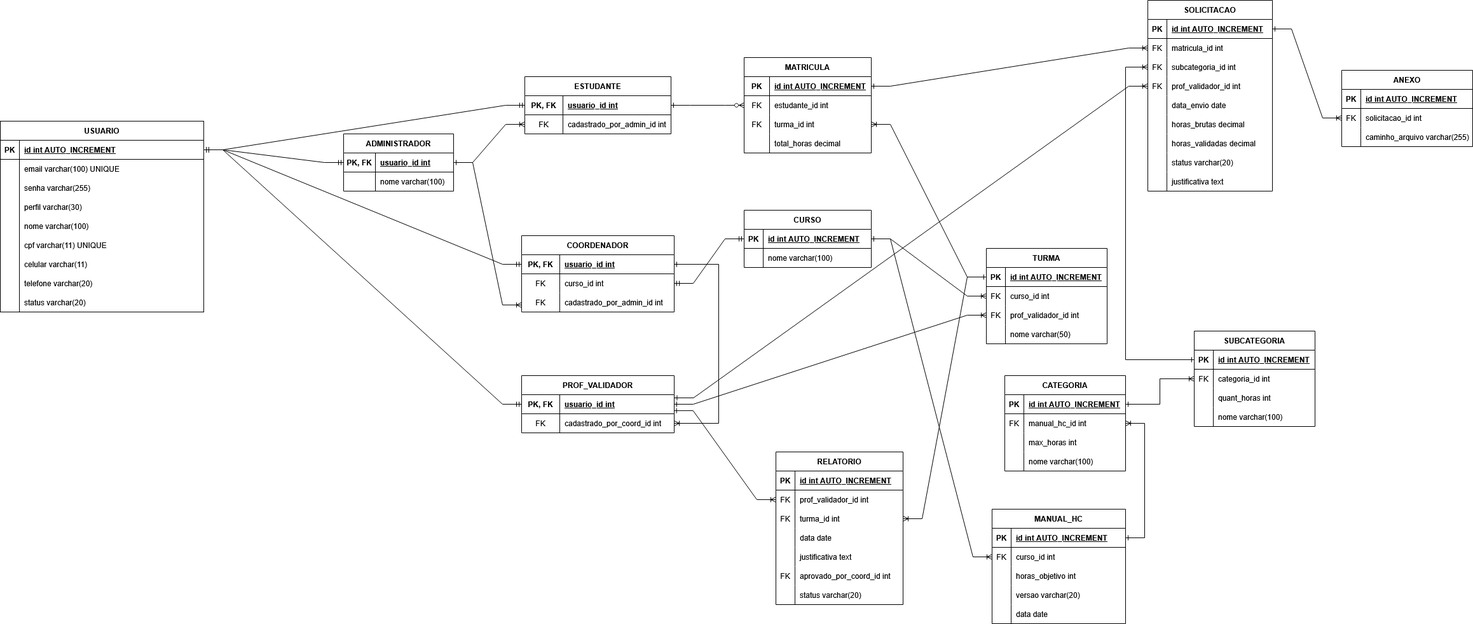
This is artefatos/Arquitetura de Banco de Dados/AshLogico.drawio.png from chaoticdevs-pucpr/AcademicSupplementaryHours.project, a draw.io export, as it was before one commit. Source tidied: cells renumbered, new cells last; positions are measured from the earlier drawing's top-left corner, leaving out a move shared by most shapes.
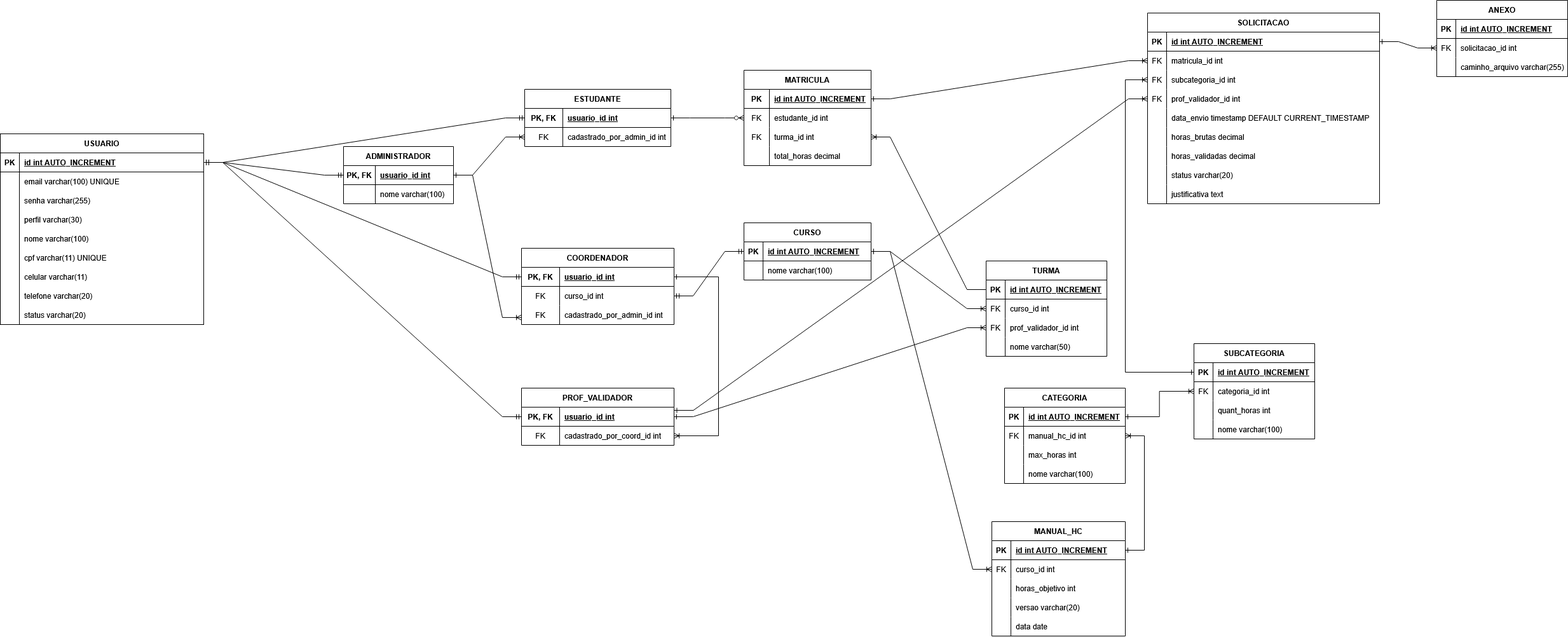
The same file after the commit.

What changed in the source:
```diff
@@ -384,91 +384,91 @@
       <mxGeometry x="30" width="160" height="30" as="geometry" />
     </mxCell>
     <mxCell id="129" value="SOLICITACAO" style="shape=table;startSize=30;rowLines=0;fontStyle=1;align=center;" parent="1" vertex="1">
-      <mxGeometry x="1805" width="196" height="300" as="geometry" />
+      <mxGeometry x="1805" width="365" height="300" as="geometry" />
     </mxCell>
     <mxCell id="130" style="shape=tableRow;horizontal=0;startSize=0;swimlaneHead=0;swimlaneBody=0;fillColor=none;points=[[0,0.5],[1,0.5]];portConstraint=eastwest;strokeColor=inherit;top=0;left=0;right=0;bottom=1;" parent="129" vertex="1">
-      <mxGeometry y="30" width="196" height="30" as="geometry" />
+      <mxGeometry y="30" width="365" height="30" as="geometry" />
     </mxCell>
     <mxCell id="131" value="PK" style="shape=partialRectangle;overflow=hidden;fillColor=none;strokeColor=inherit;top=0;left=0;bottom=0;right=0;fontStyle=1;" parent="130" vertex="1">
       <mxGeometry width="30" height="30" as="geometry" />
     </mxCell>
     <mxCell id="132" value="id int  AUTO_INCREMENT" style="shape=partialRectangle;overflow=hidden;fillColor=none;align=left;strokeColor=inherit;top=0;left=0;bottom=0;right=0;spacingLeft=6;fontStyle=5;" parent="130" vertex="1">
-      <mxGeometry x="30" width="166" height="30" as="geometry" />
+      <mxGeometry x="30" width="335" height="30" as="geometry" />
     </mxCell>
     <mxCell id="133" style="shape=tableRow;horizontal=0;startSize=0;swimlaneHead=0;swimlaneBody=0;fillColor=none;points=[[0,0.5],[1,0.5]];portConstraint=eastwest;strokeColor=inherit;top=0;left=0;right=0;bottom=0;" parent="129" vertex="1">
-      <mxGeometry y="60" width="196" height="30" as="geometry" />
+      <mxGeometry y="60" width="365" height="30" as="geometry" />
     </mxCell>
     <mxCell id="134" value="FK" style="shape=partialRectangle;overflow=hidden;fillColor=none;strokeColor=inherit;top=0;left=0;bottom=0;right=0;" parent="133" vertex="1">
       <mxGeometry width="30" height="30" as="geometry" />
     </mxCell>
     <mxCell id="135" value="matricula_id int" style="shape=partialRectangle;overflow=hidden;fillColor=none;align=left;strokeColor=inherit;top=0;left=0;bottom=0;right=0;spacingLeft=6;" parent="133" vertex="1">
-      <mxGeometry x="30" width="166" height="30" as="geometry" />
+      <mxGeometry x="30" width="335" height="30" as="geometry" />
     </mxCell>
     <mxCell id="136" style="shape=tableRow;horizontal=0;startSize=0;swimlaneHead=0;swimlaneBody=0;fillColor=none;points=[[0,0.5],[1,0.5]];portConstraint=eastwest;strokeColor=inherit;top=0;left=0;right=0;bottom=0;" parent="129" vertex="1">
-      <mxGeometry y="90" width="196" height="30" as="geometry" />
+      <mxGeometry y="90" width="365" height="30" as="geometry" />
     </mxCell>
     <mxCell id="137" value="FK" style="shape=partialRectangle;overflow=hidden;fillColor=none;strokeColor=inherit;top=0;left=0;bottom=0;right=0;" parent="136" vertex="1">
       <mxGeometry width="30" height="30" as="geometry" />
     </mxCell>
     <mxCell id="138" value="subcategoria_id int" style="shape=partialRectangle;overflow=hidden;fillColor=none;align=left;strokeColor=inherit;top=0;left=0;bottom=0;right=0;spacingLeft=6;" parent="136" vertex="1">
-      <mxGeometry x="30" width="166" height="30" as="geometry" />
+      <mxGeometry x="30" width="335" height="30" as="geometry" />
     </mxCell>
     <mxCell id="139" style="shape=tableRow;horizontal=0;startSize=0;swimlaneHead=0;swimlaneBody=0;fillColor=none;points=[[0,0.5],[1,0.5]];portConstraint=eastwest;strokeColor=inherit;top=0;left=0;right=0;bottom=0;" parent="129" vertex="1">
-      <mxGeometry y="120" width="196" height="30" as="geometry" />
+      <mxGeometry y="120" width="365" height="30" as="geometry" />
     </mxCell>
     <mxCell id="140" value="FK" style="shape=partialRectangle;overflow=hidden;fillColor=none;strokeColor=inherit;top=0;left=0;bottom=0;right=0;" parent="139" vertex="1">
       <mxGeometry width="30" height="30" as="geometry" />
     </mxCell>
     <mxCell id="141" value="prof_validador_id int" style="shape=partialRectangle;overflow=hidden;fillColor=none;align=left;strokeColor=inherit;top=0;left=0;bottom=0;right=0;spacingLeft=6;" parent="139" vertex="1">
-      <mxGeometry x="30" width="166" height="30" as="geometry" />
+      <mxGeometry x="30" width="335" height="30" as="geometry" />
     </mxCell>
     <mxCell id="142" style="shape=tableRow;horizontal=0;startSize=0;swimlaneHead=0;swimlaneBody=0;fillColor=none;strokeColor=inherit;top=0;left=0;right=0;bottom=0;" parent="129" vertex="1">
-      <mxGeometry y="150" width="196" height="30" as="geometry" />
+      <mxGeometry y="150" width="365" height="30" as="geometry" />
     </mxCell>
     <mxCell id="143" style="shape=partialRectangle;overflow=hidden;fillColor=none;strokeColor=inherit;top=0;left=0;bottom=0;right=0;" parent="142" vertex="1">
       <mxGeometry width="30" height="30" as="geometry" />
     </mxCell>
-    <mxCell id="144" value="data_envio date" style="shape=partialRectangle;overflow=hidden;fillColor=none;align=left;strokeColor=inherit;top=0;left=0;bottom=0;right=0;spacingLeft=6;" parent="142" vertex="1">
-      <mxGeometry x="30" width="166" height="30" as="geometry" />
+    <mxCell id="144" value="data_envio timestamp DEFAULT CURRENT_TIMESTAMP" style="shape=partialRectangle;overflow=hidden;fillColor=none;align=left;strokeColor=inherit;top=0;left=0;bottom=0;right=0;spacingLeft=6;" parent="142" vertex="1">
+      <mxGeometry x="30" width="335" height="30" as="geometry" />
     </mxCell>
     <mxCell id="145" style="shape=tableRow;horizontal=0;startSize=0;swimlaneHead=0;swimlaneBody=0;fillColor=none;strokeColor=inherit;top=0;left=0;right=0;bottom=0;" parent="129" vertex="1">
-      <mxGeometry y="180" width="196" height="30" as="geometry" />
+      <mxGeometry y="180" width="365" height="30" as="geometry" />
     </mxCell>
     <mxCell id="146" style="shape=partialRectangle;overflow=hidden;fillColor=none;strokeColor=inherit;top=0;left=0;bottom=0;right=0;" parent="145" vertex="1">
       <mxGeometry width="30" height="30" as="geometry" />
     </mxCell>
     <mxCell id="147" value="horas_brutas decimal" style="shape=partialRectangle;overflow=hidden;fillColor=none;align=left;strokeColor=inherit;top=0;left=0;bottom=0;right=0;spacingLeft=6;" parent="145" vertex="1">
-      <mxGeometry x="30" width="166" height="30" as="geometry" />
+      <mxGeometry x="30" width="335" height="30" as="geometry" />
     </mxCell>
     <mxCell id="148" style="shape=tableRow;horizontal=0;startSize=0;swimlaneHead=0;swimlaneBody=0;fillColor=none;strokeColor=inherit;top=0;left=0;right=0;bottom=0;" parent="129" vertex="1">
-      <mxGeometry y="210" width="196" height="30" as="geometry" />
+      <mxGeometry y="210" width="365" height="30" as="geometry" />
     </mxCell>
     <mxCell id="149" style="shape=partialRectangle;overflow=hidden;fillColor=none;strokeColor=inherit;top=0;left=0;bottom=0;right=0;" parent="148" vertex="1">
       <mxGeometry width="30" height="30" as="geometry" />
     </mxCell>
     <mxCell id="150" value="horas_validadas decimal" style="shape=partialRectangle;overflow=hidden;fillColor=none;align=left;strokeColor=inherit;top=0;left=0;bottom=0;right=0;spacingLeft=6;" parent="148" vertex="1">
-      <mxGeometry x="30" width="166" height="30" as="geometry" />
+      <mxGeometry x="30" width="335" height="30" as="geometry" />
     </mxCell>
     <mxCell id="151" style="shape=tableRow;horizontal=0;startSize=0;swimlaneHead=0;swimlaneBody=0;fillColor=none;strokeColor=inherit;top=0;left=0;right=0;bottom=0;" parent="129" vertex="1">
-      <mxGeometry y="240" width="196" height="30" as="geometry" />
+      <mxGeometry y="240" width="365" height="30" as="geometry" />
     </mxCell>
     <mxCell id="152" style="shape=partialRectangle;overflow=hidden;fillColor=none;strokeColor=inherit;top=0;left=0;bottom=0;right=0;" parent="151" vertex="1">
       <mxGeometry width="30" height="30" as="geometry" />
     </mxCell>
     <mxCell id="153" value="status varchar(20)" style="shape=partialRectangle;overflow=hidden;fillColor=none;align=left;strokeColor=inherit;top=0;left=0;bottom=0;right=0;spacingLeft=6;" parent="151" vertex="1">
-      <mxGeometry x="30" width="166" height="30" as="geometry" />
+      <mxGeometry x="30" width="335" height="30" as="geometry" />
     </mxCell>
     <mxCell id="154" style="shape=tableRow;horizontal=0;startSize=0;swimlaneHead=0;swimlaneBody=0;fillColor=none;strokeColor=inherit;top=0;left=0;right=0;bottom=0;" parent="129" vertex="1">
-      <mxGeometry y="270" width="196" height="30" as="geometry" />
+      <mxGeometry y="270" width="365" height="30" as="geometry" />
     </mxCell>
     <mxCell id="155" style="shape=partialRectangle;overflow=hidden;fillColor=none;strokeColor=inherit;top=0;left=0;bottom=0;right=0;" parent="154" vertex="1">
       <mxGeometry width="30" height="30" as="geometry" />
     </mxCell>
     <mxCell id="156" value="justificativa text" style="shape=partialRectangle;overflow=hidden;fillColor=none;align=left;strokeColor=inherit;top=0;left=0;bottom=0;right=0;spacingLeft=6;" parent="154" vertex="1">
-      <mxGeometry x="30" width="166" height="30" as="geometry" />
+      <mxGeometry x="30" width="335" height="30" as="geometry" />
     </mxCell>
     <mxCell id="157" value="ANEXO" style="shape=table;startSize=30;rowLines=0;fontStyle=1;align=center;" parent="1" vertex="1">
-      <mxGeometry x="2110" y="110" width="206" height="120" as="geometry" />
+      <mxGeometry x="2260" y="-20" width="206" height="120" as="geometry" />
     </mxCell>
     <mxCell id="158" style="shape=tableRow;horizontal=0;startSize=0;swimlaneHead=0;swimlaneBody=0;fillColor=none;strokeColor=inherit;top=0;left=0;right=0;bottom=1;" parent="157" vertex="1">
       <mxGeometry y="30" width="206" height="30" as="geometry" />
@@ -497,72 +497,6 @@
     <mxCell id="166" value="caminho_arquivo varchar(255)" style="shape=partialRectangle;overflow=hidden;fillColor=none;align=left;strokeColor=inherit;top=0;left=0;bottom=0;right=0;spacingLeft=6;" parent="164" vertex="1">
       <mxGeometry x="30" width="176" height="30" as="geometry" />
     </mxCell>
-    <mxCell id="167" value="RELATORIO" style="shape=table;startSize=30;rowLines=0;fontStyle=1;align=center;" parent="1" vertex="1">
-      <mxGeometry x="1220" y="710" width="200" height="240" as="geometry" />
-    </mxCell>
-    <mxCell id="168" style="shape=tableRow;horizontal=0;startSize=0;swimlaneHead=0;swimlaneBody=0;fillColor=none;strokeColor=inherit;top=0;left=0;right=0;bottom=1;" parent="167" vertex="1">
-      <mxGeometry y="30" width="200" height="30" as="geometry" />
-    </mxCell>
-    <mxCell id="169" value="PK" style="shape=partialRectangle;overflow=hidden;fillColor=none;strokeColor=inherit;top=0;left=0;bottom=0;right=0;fontStyle=1;" parent="168" vertex="1">
-      <mxGeometry width="30" height="30" as="geometry" />
-    </mxCell>
-    <mxCell id="170" value="id int  AUTO_INCREMENT" style="shape=partialRectangle;overflow=hidden;fillColor=none;align=left;strokeColor=inherit;top=0;left=0;bottom=0;right=0;spacingLeft=6;fontStyle=5;" parent="168" vertex="1">
-      <mxGeometry x="30" width="170" height="30" as="geometry" />
-    </mxCell>
-    <mxCell id="171" style="shape=tableRow;horizontal=0;startSize=0;swimlaneHead=0;swimlaneBody=0;fillColor=none;points=[[0,0.5],[1,0.5]];portConstraint=eastwest;strokeColor=inherit;top=0;left=0;right=0;bottom=0;" parent="167" vertex="1">
-      <mxGeometry y="60" width="200" height="30" as="geometry" />
-    </mxCell>
-    <mxCell id="172" value="FK" style="shape=partialRectangle;overflow=hidden;fillColor=none;strokeColor=inherit;top=0;left=0;bottom=0;right=0;" parent="171" vertex="1">
-      <mxGeometry width="30" height="30" as="geometry" />
-    </mxCell>
-    <mxCell id="173" value="prof_validador_id int" style="shape=partialRectangle;overflow=hidden;fillColor=none;align=left;strokeColor=inherit;top=0;left=0;bottom=0;right=0;spacingLeft=6;" parent="171" vertex="1">
-      <mxGeometry x="30" width="170" height="30" as="geometry" />
-    </mxCell>
-    <mxCell id="174" style="shape=tableRow;horizontal=0;startSize=0;swimlaneHead=0;swimlaneBody=0;fillColor=none;points=[[0,0.5],[1,0.5]];portConstraint=eastwest;strokeColor=inherit;top=0;left=0;right=0;bottom=0;" parent="167" vertex="1">
-      <mxGeometry y="90" width="200" height="30" as="geometry" />
-    </mxCell>
-    <mxCell id="175" value="FK" style="shape=partialRectangle;overflow=hidden;fillColor=none;strokeColor=inherit;top=0;left=0;bottom=0;right=0;" parent="174" vertex="1">
-      <mxGeometry width="30" height="30" as="geometry" />
-    </mxCell>
-    <mxCell id="176" value="turma_id int" style="shape=partialRectangle;overflow=hidden;fillColor=none;align=left;strokeColor=inherit;top=0;left=0;bottom=0;right=0;spacingLeft=6;" parent="174" vertex="1">
-      <mxGeometry x="30" width="170" height="30" as="geometry" />
-    </mxCell>
-    <mxCell id="177" style="shape=tableRow;horizontal=0;startSize=0;swimlaneHead=0;swimlaneBody=0;fillColor=none;strokeColor=inherit;top=0;left=0;right=0;bottom=0;" parent="167" vertex="1">
-      <mxGeometry y="120" width="200" height="30" as="geometry" />
-    </mxCell>
-    <mxCell id="178" style="shape=partialRectangle;overflow=hidden;fillColor=none;strokeColor=inherit;top=0;left=0;bottom=0;right=0;" parent="177" vertex="1">
-      <mxGeometry width="30" height="30" as="geometry" />
-    </mxCell>
-    <mxCell id="179" value="data date" style="shape=partialRectangle;overflow=hidden;fillColor=none;align=left;strokeColor=inherit;top=0;left=0;bottom=0;right=0;spacingLeft=6;" parent="177" vertex="1">
-      <mxGeometry x="30" width="170" height="30" as="geometry" />
-    </mxCell>
-    <mxCell id="180" style="shape=tableRow;horizontal=0;startSize=0;swimlaneHead=0;swimlaneBody=0;fillColor=none;strokeColor=inherit;top=0;left=0;right=0;bottom=0;" parent="167" vertex="1">
-      <mxGeometry y="150" width="200" height="30" as="geometry" />
-    </mxCell>
-    <mxCell id="181" style="shape=partialRectangle;overflow=hidden;fillColor=none;strokeColor=inherit;top=0;left=0;bottom=0;right=0;" parent="180" vertex="1">
-      <mxGeometry width="30" height="30" as="geometry" />
-    </mxCell>
-    <mxCell id="182" value="justificativa text" style="shape=partialRectangle;overflow=hidden;fillColor=none;align=left;strokeColor=inherit;top=0;left=0;bottom=0;right=0;spacingLeft=6;" parent="180" vertex="1">
-      <mxGeometry x="30" width="170" height="30" as="geometry" />
-    </mxCell>
-    <mxCell id="183" style="shape=tableRow;horizontal=0;startSize=0;swimlaneHead=0;swimlaneBody=0;fillColor=none;strokeColor=inherit;top=0;left=0;right=0;bottom=0;" parent="167" vertex="1">
-      <mxGeometry y="180" width="200" height="30" as="geometry" />
-    </mxCell>
-    <mxCell id="184" value="FK" style="shape=partialRectangle;overflow=hidden;fillColor=none;strokeColor=inherit;top=0;left=0;bottom=0;right=0;" parent="183" vertex="1">
-      <mxGeometry width="30" height="30" as="geometry" />
-    </mxCell>
-    <mxCell id="185" value="aprovado_por_coord_id int" style="shape=partialRectangle;overflow=hidden;fillColor=none;align=left;strokeColor=inherit;top=0;left=0;bottom=0;right=0;spacingLeft=6;" parent="183" vertex="1">
-      <mxGeometry x="30" width="170" height="30" as="geometry" />
-    </mxCell>
-    <mxCell id="186" style="shape=tableRow;horizontal=0;startSize=0;swimlaneHead=0;swimlaneBody=0;fillColor=none;strokeColor=inherit;top=0;left=0;right=0;bottom=0;" parent="167" vertex="1">
-      <mxGeometry y="210" width="200" height="30" as="geometry" />
-    </mxCell>
-    <mxCell id="187" style="shape=partialRectangle;overflow=hidden;fillColor=none;strokeColor=inherit;top=0;left=0;bottom=0;right=0;" parent="186" vertex="1">
-      <mxGeometry width="30" height="30" as="geometry" />
-    </mxCell>
-    <mxCell id="188" value="status varchar(20)" style="shape=partialRectangle;overflow=hidden;fillColor=none;align=left;strokeColor=inherit;top=0;left=0;bottom=0;right=0;spacingLeft=6;" parent="186" vertex="1">
-      <mxGeometry x="30" width="170" height="30" as="geometry" />
-    </mxCell>
     <mxCell id="189" value="ADMINISTRADOR" style="shape=table;startSize=30;rowLines=0;fontStyle=1;align=center;" parent="1" vertex="1">
       <mxGeometry x="540" y="210" width="173" height="90" as="geometry" />
     </mxCell>
@@ -655,11 +589,5 @@
     <mxCell id="214" style="edgeStyle=entityRelationEdgeStyle;fontSize=12;html=1;endArrow=ERoneToMany;rounded=0;entryX=0;entryY=0.5;entryDx=0;entryDy=0;startArrow=ERone;startFill=0;exitX=1.002;exitY=0.166;exitDx=0;exitDy=0;exitPerimeter=0;" parent="1" edge="1" source="48" target="139">
       <mxGeometry relative="1" as="geometry" />
     </mxCell>
-    <mxCell id="215" style="edgeStyle=entityRelationEdgeStyle;fontSize=12;html=1;endArrow=ERoneToMany;rounded=0;entryX=0;entryY=0.5;entryDx=0;entryDy=0;exitX=0.999;exitY=0.837;exitDx=0;exitDy=0;exitPerimeter=0;startArrow=ERone;startFill=0;" parent="1" edge="1" source="48" target="171">
-      <mxGeometry relative="1" as="geometry" />
-    </mxCell>
-    <mxCell id="216" style="edgeStyle=entityRelationEdgeStyle;fontSize=12;html=1;endArrow=ERoneToMany;rounded=0;exitX=0;exitY=0.5;exitDx=0;exitDy=0;entryX=1;entryY=0.5;entryDx=0;entryDy=0;startArrow=ERone;startFill=0;" parent="1" edge="1" source="62" target="174">
-      <mxGeometry relative="1" as="geometry" />
-    </mxCell>
   </root>
 </mxGraphModel>
```
